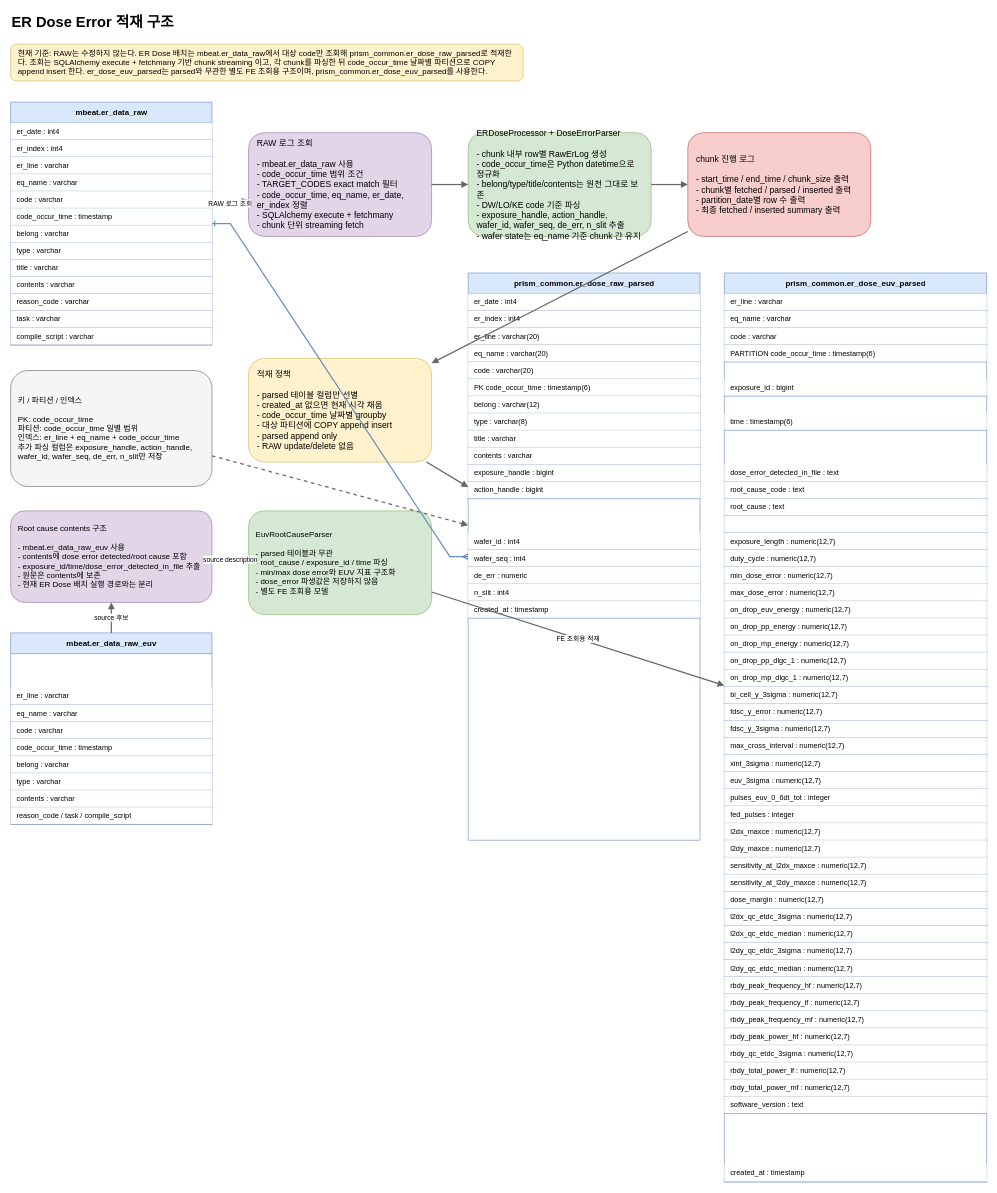
Earlier version of the draw.io diagram docs/er_dose_flow.drawio (junho0831/PythonStudy). Source tidied: cells renumbered, new cells numbered last; positions are measured from the earlier drawing's top-left corner, leaving out a move shared by most shapes. Both pictures are drawn from the tidied source at 61%, with x=0, y=0 at pixel (10, 10).
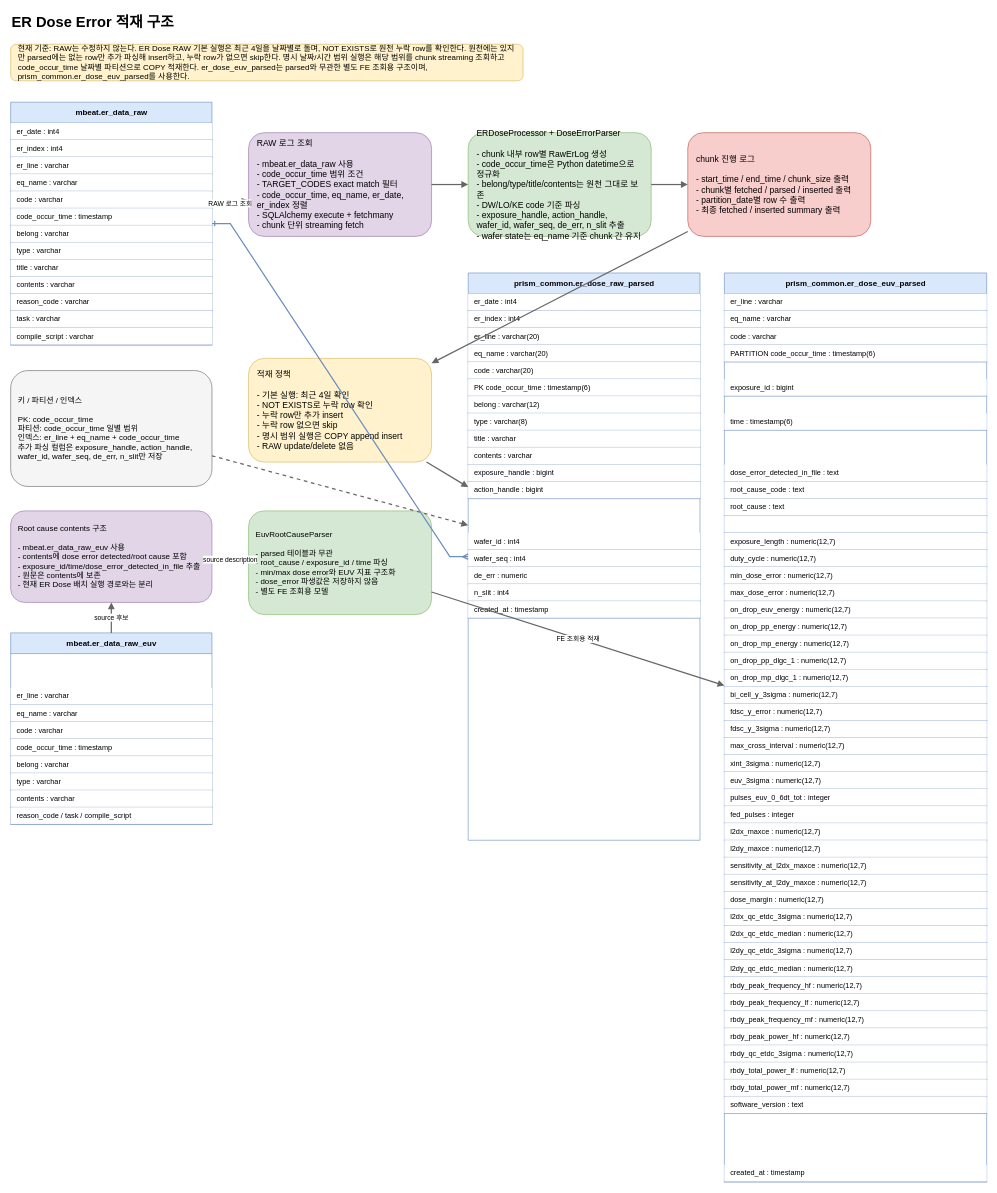
The same page after the edit.

Commit message (it also covers changes not shown here):
ER Dose RAW 누락 적재 문서 정리

The edit, as a diff of the source:
```diff
@@
-    <mxCell id="3" value="현재 기준: RAW는 수정하지 않는다. ER Dose 배치는 mbeat.er_data_raw에서 대상 code만 조회해 prism_common.er_dose_raw_parsed로 적재한다. 조회는 SQLAlchemy execute + fetchmany 기반 chunk streaming 이고, 각 chunk를 파싱한 뒤 code_occur_time 날짜별 파티션으로 COPY append insert 한다. er_dose_euv_parsed는 parsed와 무관한 별도 FE 조회용 구조이며, prism_common.er_dose_euv_parsed를 사용한다." style="rounded=1;whiteSpace=wrap;html=1;fillColor=#fff2cc;strokeColor=#d6b656;fontSize=13;align=left;spacing=12;" parent="1" vertex="1">
+    <mxCell id="3" value="현재 기준: RAW는 수정하지 않는다. ER Dose RAW 기본 실행은 최근 4일을 날짜별로 돌며, NOT EXISTS로 원천 누락 row를 확인한다. 원천에는 있지만 parsed에는 없는 row만 추가 파싱해 insert하고, 누락 row가 없으면 skip한다. 명시 날짜/시간 범위 실행은 해당 범위를 chunk streaming 조회하고 code_occur_time 날짜별 파티션으로 COPY 적재한다. er_dose_euv_parsed는 parsed와 무관한 별도 FE 조회용 구조이며, prism_common.er_dose_euv_parsed를 사용한다." style="rounded=1;whiteSpace=wrap;html=1;fillColor=#fff2cc;strokeColor=#d6b656;fontSize=13;align=left;spacing=12;" parent="1" vertex="1">
       <mxGeometry y="55" width="840" height="60" as="geometry" />
     </mxCell>
@@
-    <mxCell id="21" value="적재 정책&#10;&#10;- parsed 테이블 컬럼만 선별&#10;- created_at 없으면 현재 시각 채움&#10;- code_occur_time 날짜별 groupby&#10;- 대상 파티션에 COPY append insert&#10;- parsed append only&#10;- RAW update/delete 없음" style="rounded=1;whiteSpace=wrap;html=1;fillColor=#fff2cc;strokeColor=#d6b656;fontSize=14;align=left;spacing=14;" parent="1" vertex="1">
+    <mxCell id="21" value="적재 정책&#10;&#10;- 기본 실행: 최근 4일 확인&#10;- NOT EXISTS로 누락 row 확인&#10;- 누락 row만 추가 insert&#10;- 누락 row 없으면 skip&#10;- 명시 범위 실행은 COPY append insert&#10;- RAW update/delete 없음" style="rounded=1;whiteSpace=wrap;html=1;fillColor=#fff2cc;strokeColor=#d6b656;fontSize=14;align=left;spacing=14;" parent="1" vertex="1">
       <mxGeometry x="390" y="570" width="300" height="170" as="geometry" />
     </mxCell>
```
